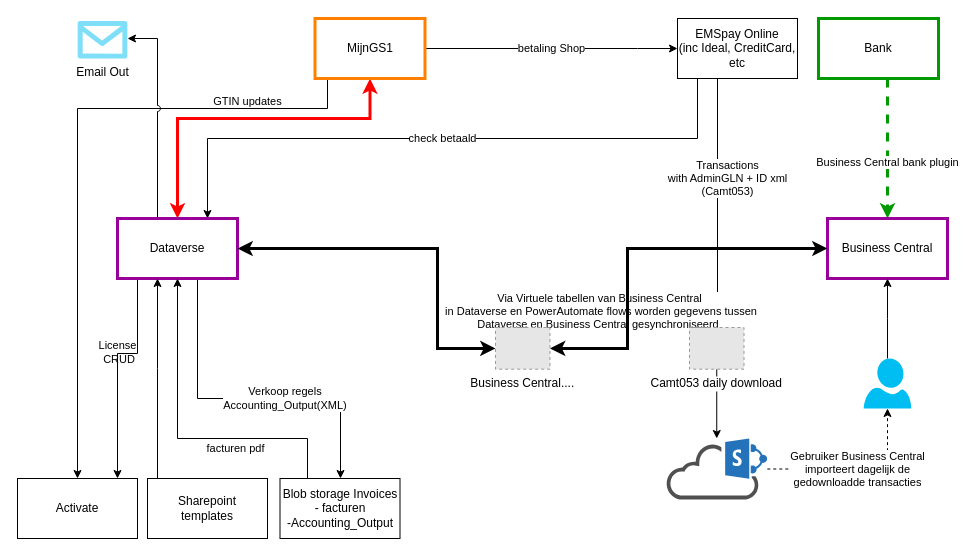
Above: UMLtest.drawio in Floriszz/fresco (draw.io), before the change. Source tidied: cells renumbered, new cells numbered last; positions are measured from the earlier drawing's top-left corner, leaving out a move shared by most shapes. Both pictures are drawn from the tidied source at 100%, with x=0, y=0 at pixel (17, 18). Pictures stored in the file or linked from it are replaced by grey dashed boxes.
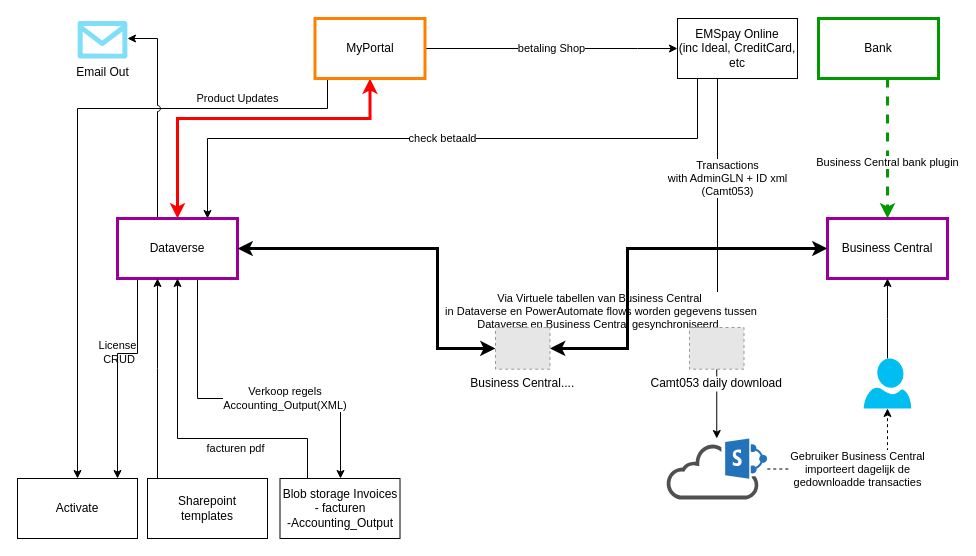
The same diagram, later.

Unchanged cells that the change refers to:
```xml
<mxCell id="19" value="Activate" style="rounded=0;whiteSpace=wrap;html=1;" parent="1" vertex="1">
  <mxGeometry y="460" width="120" height="60" as="geometry" />
</mxCell>
```

Diff of the diagram source:
```diff
@@
-    <mxCell id="7" value="&lt;div style=&quot;text-align: left;&quot;&gt;&lt;span style=&quot;background-color: initial;&quot;&gt;GTIN updates&lt;/span&gt;&lt;br&gt;&lt;/div&gt;&lt;span style=&quot;background-color: initial;&quot;&gt;&lt;div style=&quot;text-align: left;&quot;&gt;&lt;br&gt;&lt;/div&gt;&lt;/span&gt;" style="edgeStyle=orthogonalEdgeStyle;rounded=0;jettySize=auto;html=1;labelBackgroundColor=none;jumpStyle=arc;" parent="1" edge="1" source="8" target="19">
-      <mxGeometry x="-0.66" relative="1" as="geometry">
+    <mxCell id="7" value="&lt;div style=&quot;text-align: left;&quot;&gt;Product Updates&lt;/div&gt;" style="edgeStyle=orthogonalEdgeStyle;rounded=0;jettySize=auto;html=1;labelBackgroundColor=none;jumpStyle=arc;" parent="1" edge="1" source="8" target="19">
+      <mxGeometry x="-0.63" y="-10" relative="1" as="geometry">
         <Array as="points">
           <mxPoint x="310" y="90" />
           <mxPoint x="60" y="90" />
         </Array>
       </mxGeometry>
     </mxCell>
-    <mxCell id="8" value="MijnGS1" style="rounded=0;whiteSpace=wrap;html=1;strokeColor=#FF8000;strokeWidth=3;" parent="1" vertex="1">
+    <mxCell id="8" value="MyPortal" style="rounded=0;whiteSpace=wrap;html=1;strokeColor=#FF8000;strokeWidth=3;" parent="1" vertex="1">
       <mxGeometry x="297.5" width="110" height="60" as="geometry" />
     </mxCell>
```
